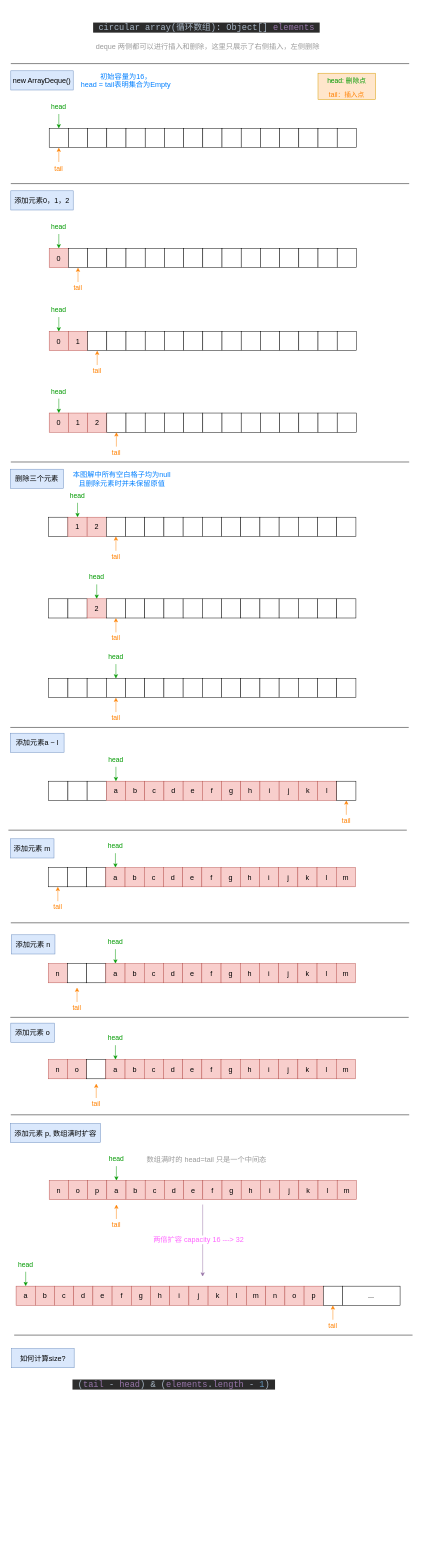
Earlier version of the draw.io diagram Java/util/CollectionsFramework/queue/ArrayDeque/arraydeque.drawio (hwollin/images). Source tidied: cells renumbered, new cells numbered last; positions are measured from the earlier drawing's top-left corner, leaving out a move shared by most shapes. Both pictures are drawn from the tidied source at 48%, with x=0, y=0 at pixel (8, 8).
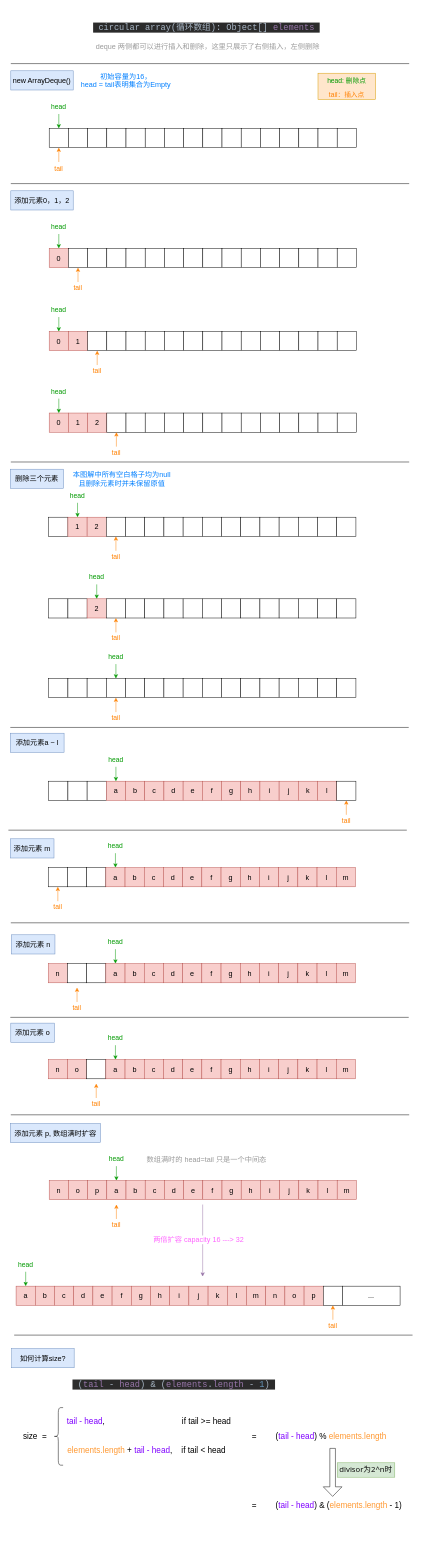
Above is the later version.

Change to the diagram source:
```diff
@@
     <mxCell id="283" style="line;strokeWidth=1;html=1;strokeColor=none;" parent="1" vertex="1">
-      <mxGeometry x="11" y="2902" width="830" height="10" as="geometry" />
+      <mxGeometry x="4" y="3190" width="830" height="10" as="geometry" />
     </mxCell>
@@
+    <mxCell id="295" value="size&amp;nbsp; =" style="text;html=1;strokeColor=none;fillColor=none;align=center;verticalAlign=middle;whiteSpace=wrap;rounded=0;fontSize=17;" parent="1" vertex="1">
+      <mxGeometry x="16" y="2960" width="79" height="30" as="geometry" />
+    </mxCell>
+    <mxCell id="296" style="shape=curlyBracket;whiteSpace=wrap;html=1;rounded=1;labelPosition=left;verticalLabelPosition=middle;align=right;verticalAlign=middle;fontSize=17;" parent="1" vertex="1">
+      <mxGeometry x="94" y="2915" width="20" height="120" as="geometry" />
+    </mxCell>
+    <mxCell id="297" value="&amp;nbsp;&lt;font color=&quot;#7f00ff&quot;&gt;tail - head&lt;/font&gt;,&amp;nbsp; &amp;nbsp; &amp;nbsp; &amp;nbsp; &amp;nbsp; &amp;nbsp; &amp;nbsp; &amp;nbsp; &amp;nbsp; &amp;nbsp; &amp;nbsp; &amp;nbsp; &amp;nbsp; &amp;nbsp; &amp;nbsp; &amp;nbsp; &amp;nbsp; if tail &amp;gt;= head" style="text;html=1;strokeColor=none;fillColor=none;align=center;verticalAlign=middle;whiteSpace=wrap;rounded=0;fontSize=17;" parent="1" vertex="1">
+      <mxGeometry x="92" y="2930" width="397" height="30" as="geometry" />
+    </mxCell>
+    <mxCell id="298" value="&lt;font color=&quot;#ff9933&quot;&gt;elements.length&lt;/font&gt; + &lt;font color=&quot;#7f00ff&quot;&gt;tail - head&lt;/font&gt;,&amp;nbsp; &amp;nbsp; if tail &amp;lt; head" style="text;html=1;strokeColor=none;fillColor=none;align=center;verticalAlign=middle;whiteSpace=wrap;rounded=0;fontSize=17;" parent="1" vertex="1">
+      <mxGeometry x="92.5" y="2990" width="390" height="30" as="geometry" />
+    </mxCell>
+    <mxCell id="299" value="=" style="text;html=1;strokeColor=none;fillColor=none;align=center;verticalAlign=middle;whiteSpace=wrap;rounded=0;fontSize=17;" parent="1" vertex="1">
+      <mxGeometry x="483" y="2960" width="59" height="30" as="geometry" />
+    </mxCell>
+    <mxCell id="300" value="(&lt;font color=&quot;#7f00ff&quot;&gt;tail - head&lt;/font&gt;) % &lt;font color=&quot;#ff9933&quot;&gt;elements.length&lt;/font&gt;" style="text;html=1;strokeColor=none;fillColor=none;align=center;verticalAlign=middle;whiteSpace=wrap;rounded=0;fontSize=17;" parent="1" vertex="1">
+      <mxGeometry x="552" y="2960" width="241" height="30" as="geometry" />
+    </mxCell>
+    <mxCell id="301" value="=" style="text;html=1;strokeColor=none;fillColor=none;align=center;verticalAlign=middle;whiteSpace=wrap;rounded=0;fontSize=17;" parent="1" vertex="1">
+      <mxGeometry x="483" y="3105" width="59" height="30" as="geometry" />
+    </mxCell>
+    <mxCell id="302" value="(&lt;font color=&quot;#7f00ff&quot;&gt;tail - head&lt;/font&gt;) &amp;amp; (&lt;font color=&quot;#ff9933&quot;&gt;elements.length &lt;/font&gt;- 1)" style="text;html=1;strokeColor=none;fillColor=none;align=center;verticalAlign=middle;whiteSpace=wrap;rounded=0;fontSize=17;" parent="1" vertex="1">
+      <mxGeometry x="552" y="3105" width="273" height="30" as="geometry" />
+    </mxCell>
+    <mxCell id="303" style="shape=singleArrow;direction=south;whiteSpace=wrap;html=1;fontSize=17;fontColor=#000000;" parent="1" vertex="1">
+      <mxGeometry x="656" y="3000" width="39" height="100" as="geometry" />
+    </mxCell>
+    <mxCell id="304" value="&lt;span style=&quot;caret-color: rgb(13, 13, 13); color: rgb(13, 13, 13); font-family: Söhne, ui-sans-serif, system-ui, -apple-system, &amp;quot;Segoe UI&amp;quot;, Roboto, Ubuntu, Cantarell, &amp;quot;Noto Sans&amp;quot;, sans-serif, &amp;quot;Helvetica Neue&amp;quot;, Arial, &amp;quot;Apple Color Emoji&amp;quot;, &amp;quot;Segoe UI Emoji&amp;quot;, &amp;quot;Segoe UI Symbol&amp;quot;, &amp;quot;Noto Color Emoji&amp;quot;; font-size: 16px; text-align: left;&quot;&gt;divisor为2^n时&lt;/span&gt;" style="text;html=1;strokeColor=#82b366;fillColor=#d5e8d4;align=center;verticalAlign=middle;whiteSpace=wrap;rounded=0;fontSize=17;" parent="1" vertex="1">
+      <mxGeometry x="685" y="3030" width="120" height="30" as="geometry" />
+    </mxCell>
```
